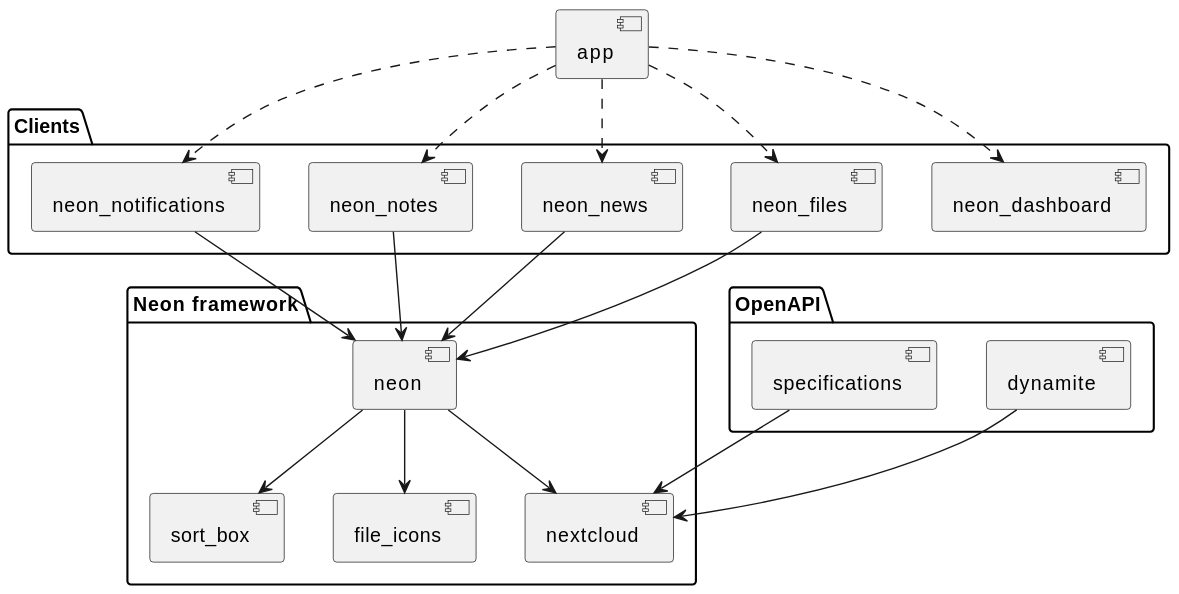
nextcloud/neon keeps this PlantUML diagram as docs/architecture.svg. Above is the earlier version.
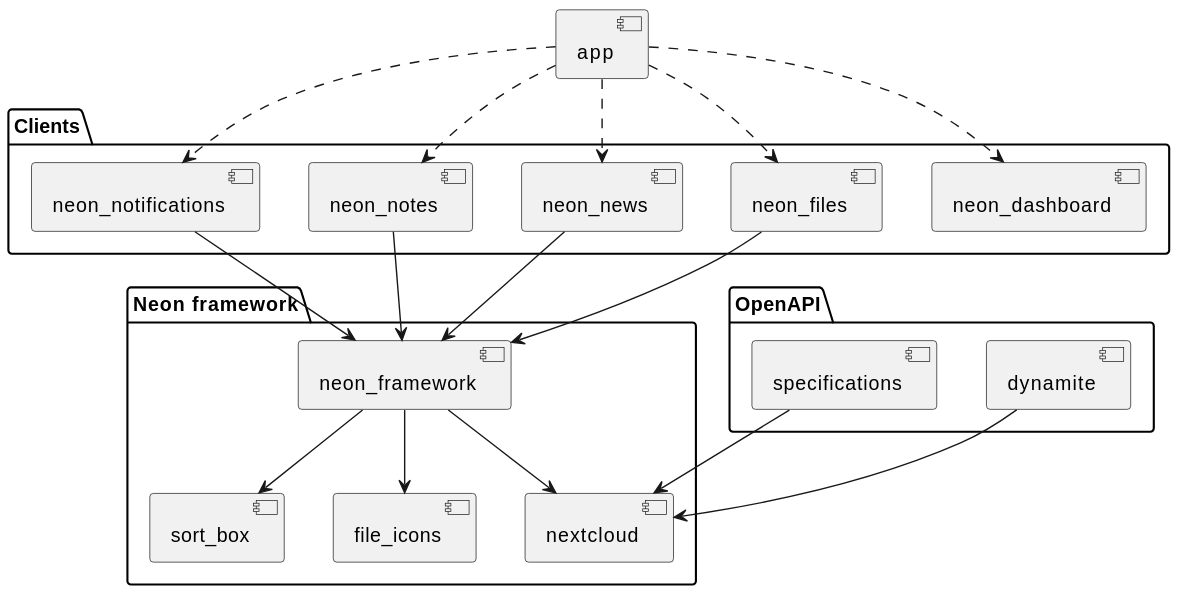
Above is the later version.

The edit, as a diff of the source:
```diff
@@ -1,6 +1,6 @@
 @startuml
 package "Neon framework" {
-    component neon
+    component neon_framework
     component nextcloud
     component sort_box
     component file_icons
@@ -27,15 +27,15 @@
 app ..> neon_notes
 app ..> neon_notifications
 
-neon_files --> neon
-neon_news --> neon
-neon_notes --> neon
-neon_notifications --> neon
+neon_files --> neon_framework
+neon_news --> neon_framework
+neon_notes --> neon_framework
+neon_notifications --> neon_framework
 
 
-neon --> nextcloud
-neon --> sort_box
-neon --> file_icons
+neon_framework --> nextcloud
+neon_framework --> sort_box
+neon_framework --> file_icons
 
 dynamite --> nextcloud
 specifications --> nextcloud
```
